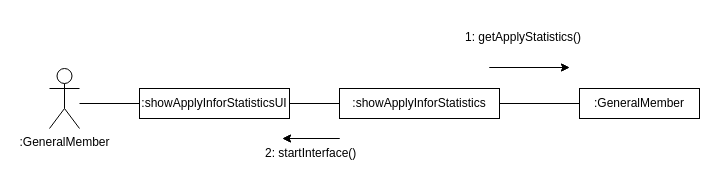
Before: B811190_진선명/지원정보통계.drawio in FinancialWorld16/SE_TEAM, a draw.io diagram. Source tidied: cells renumbered, new cells numbered last; positions are measured from the earlier drawing's top-left corner, leaving out a move shared by most shapes. Both pictures are drawn from the tidied source at 100%, with x=0, y=0 at pixel (49, 17).
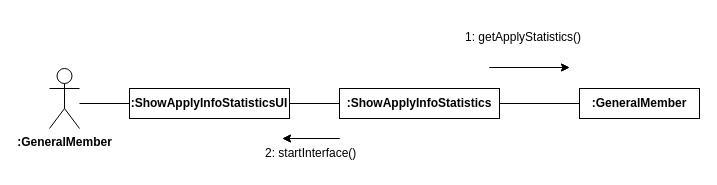
After the change.

What changed in the source:
```diff
@@
 <mxGraphModel>
   <root>
     <mxCell id="0" />
     <mxCell id="1" parent="0" />
-    <mxCell id="2" value=":GeneralMember" style="shape=umlActor;verticalLabelPosition=bottom;verticalAlign=top;html=1;" parent="1" vertex="1">
+    <mxCell id="2" value=":GeneralMember" style="shape=umlActor;verticalLabelPosition=bottom;verticalAlign=top;html=1;fontStyle=1;" parent="1" vertex="1">
       <mxGeometry y="51" width="30" height="60" as="geometry" />
     </mxCell>
-    <mxCell id="3" value=":showApplyInforStatisticsUI" style="rounded=0;whiteSpace=wrap;html=1;" parent="1" vertex="1">
-      <mxGeometry x="90" y="71" width="150" height="30" as="geometry" />
+    <mxCell id="3" value=":ShowApplyInfoStatisticsUI" style="rounded=0;whiteSpace=wrap;html=1;fontStyle=1;" parent="1" vertex="1">
+      <mxGeometry x="80" y="71" width="160" height="30" as="geometry" />
     </mxCell>
-    <mxCell id="4" value=":showApplyInforStatistics" style="rounded=0;whiteSpace=wrap;html=1;" parent="1" vertex="1">
+    <mxCell id="4" value=":ShowApplyInfoStatistics" style="rounded=0;whiteSpace=wrap;html=1;fontStyle=1;" parent="1" vertex="1">
       <mxGeometry x="290" y="71" width="160" height="30" as="geometry" />
     </mxCell>
     <mxCell id="5" style="endArrow=none;html=1;rounded=0;entryX=0;entryY=0.5;entryDx=0;entryDy=0;" parent="1" edge="1" target="3">
       <mxGeometry relative="1" as="geometry">
         <mxPoint x="30" y="86" as="sourcePoint" />
       </mxGeometry>
     </mxCell>
     <mxCell id="6" style="endArrow=none;html=1;rounded=0;entryX=0;entryY=0.5;entryDx=0;entryDy=0;exitX=1;exitY=0.5;exitDx=0;exitDy=0;" parent="1" edge="1" source="3" target="4">
       <mxGeometry relative="1" as="geometry" />
     </mxCell>
     <mxCell id="7" style="endArrow=classic;rounded=0;html=1;verticalAlign=top;" parent="1" edge="1">
       <mxGeometry relative="1" as="geometry">
         <mxPoint x="290" y="121" as="sourcePoint" />
         <mxPoint x="233" y="121" as="targetPoint" />
       </mxGeometry>
     </mxCell>
     <mxCell id="8" value="2: startInterface()" style="text;strokeColor=none;fillColor=none;align=left;verticalAlign=middle;spacingLeft=4;spacingRight=4;overflow=hidden;whiteSpace=wrap;html=1;" parent="1" vertex="1">
       <mxGeometry x="210" y="121" width="110" height="30" as="geometry" />
     </mxCell>
-    <mxCell id="9" value=":GeneralMember" style="rounded=0;whiteSpace=wrap;html=1;" parent="1" vertex="1">
+    <mxCell id="9" value=":GeneralMember" style="rounded=0;whiteSpace=wrap;html=1;fontStyle=1;" parent="1" vertex="1">
       <mxGeometry x="530" y="71" width="120" height="30" as="geometry" />
     </mxCell>
     <mxCell id="10" value="1: getApplyStatistics()" style="text;strokeColor=none;fillColor=none;align=left;verticalAlign=middle;spacingLeft=4;spacingRight=4;overflow=hidden;whiteSpace=wrap;html=1;" parent="1" vertex="1">
       <mxGeometry x="410" width="170" height="40" as="geometry" />
     </mxCell>
     <mxCell id="11" style="endArrow=none;html=1;rounded=0;entryX=0;entryY=0.5;entryDx=0;entryDy=0;exitX=1;exitY=0.5;exitDx=0;exitDy=0;" parent="1" edge="1" source="4" target="9">
       <mxGeometry relative="1" as="geometry" />
     </mxCell>
     <mxCell id="12" style="endArrow=classic;html=1;rounded=0;" parent="1" edge="1">
       <mxGeometry relative="1" as="geometry">
         <mxPoint x="440" y="50" as="sourcePoint" />
         <mxPoint x="520" y="50" as="targetPoint" />
       </mxGeometry>
     </mxCell>
     <mxCell id="13" style="endArrow=classic;rounded=0;html=1;verticalAlign=top;" parent="1" edge="1">
       <mxGeometry relative="1" as="geometry">
         <mxPoint x="290" y="121" as="sourcePoint" />
         <mxPoint x="233" y="121" as="targetPoint" />
       </mxGeometry>
     </mxCell>
     <mxCell id="14" style="endArrow=classic;html=1;rounded=0;" parent="1" edge="1">
       <mxGeometry relative="1" as="geometry">
         <mxPoint x="440" y="50" as="sourcePoint" />
         <mxPoint x="520" y="50" as="targetPoint" />
       </mxGeometry>
     </mxCell>
   </root>
 </mxGraphModel>
```
